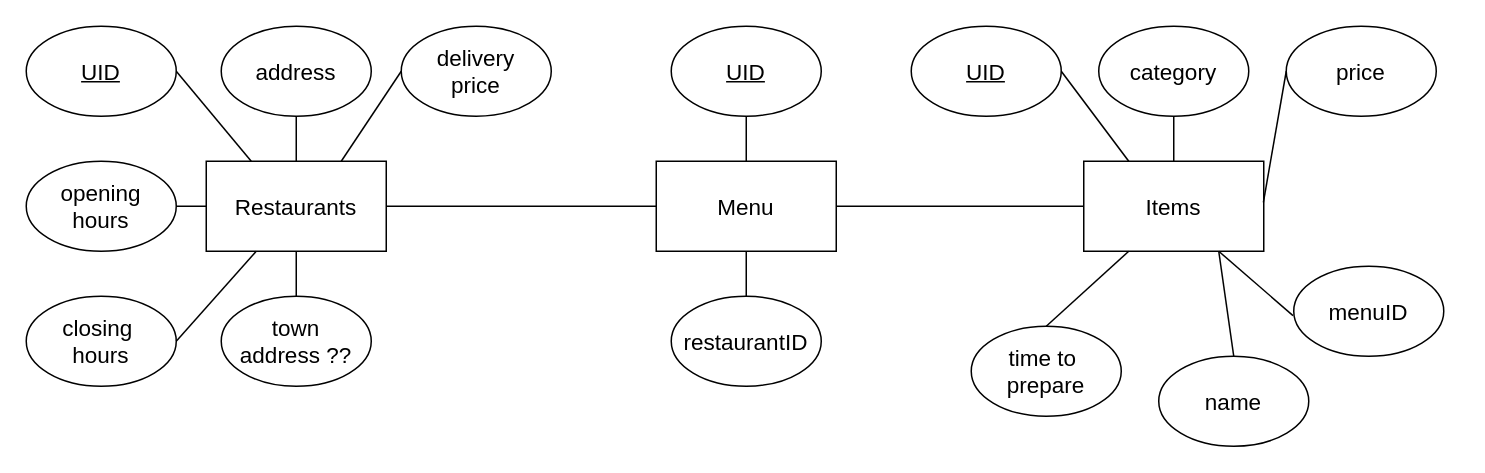
This is page "Model (Restaurant mangement)" (7 of 7) of docs/model+ui+endpoints.drawio from Uber-Summer-Practice-Sofia-2022/uber-summer-practice-docs-faq, a draw.io file, before an edit. Source tidied: cells renumbered, new cells numbered last; positions are measured from the earlier drawing's top-left corner, leaving out a move shared by most shapes. Both pictures are drawn from the tidied source at 150%, with x=0, y=0 at pixel (26, 26).
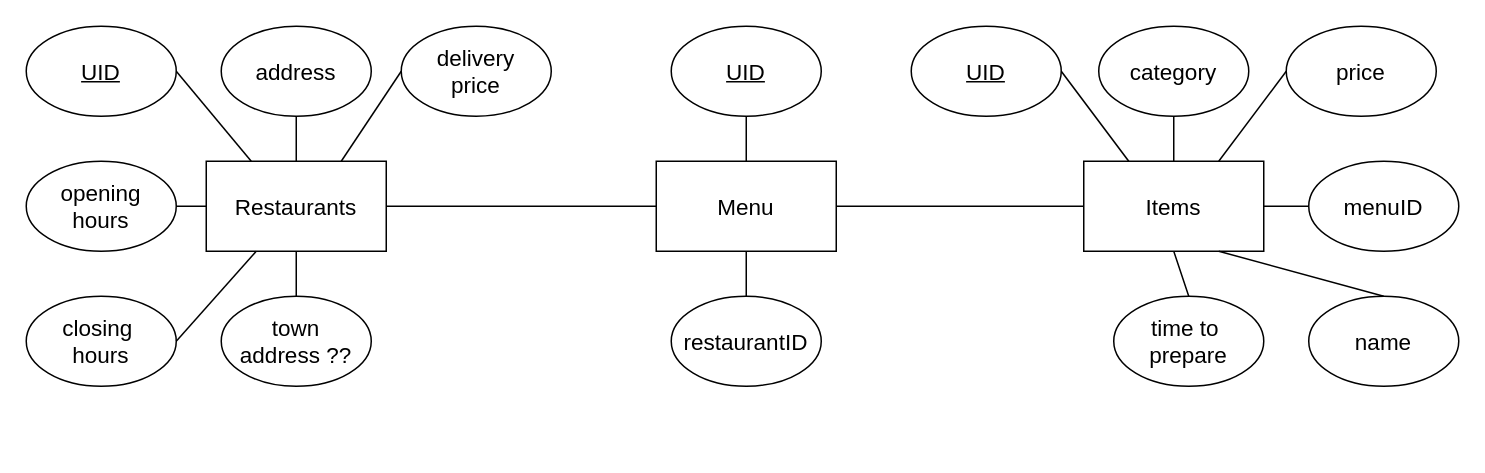
Above is the later version.

Unchanged cells that the change refers to:
```xml
<mxCell id="20" value="Items" style="rounded=0;whiteSpace=wrap;html=1;fontSize=15;" parent="1" vertex="1">
  <mxGeometry x="705" y="90" width="120" height="60" as="geometry" />
</mxCell>
<mxCell id="23" value="price" style="ellipse;whiteSpace=wrap;html=1;fontSize=15;" parent="1" vertex="1">
  <mxGeometry x="840" width="100" height="60" as="geometry" />
</mxCell>
```

Change to the diagram source:
```diff
@@
     <mxCell id="21" value="name" style="ellipse;whiteSpace=wrap;html=1;fontSize=15;" parent="1" vertex="1">
-      <mxGeometry x="755" y="220" width="100" height="60" as="geometry" />
+      <mxGeometry x="855" y="180" width="100" height="60" as="geometry" />
     </mxCell>
@@
     <mxCell id="24" value="menuID" style="ellipse;whiteSpace=wrap;html=1;fontSize=15;" parent="1" vertex="1">
-      <mxGeometry x="845" y="160" width="100" height="60" as="geometry" />
+      <mxGeometry x="855" y="90" width="100" height="60" as="geometry" />
     </mxCell>
@@
     <mxCell id="26" value="time to&amp;nbsp;&lt;br&gt;prepare" style="ellipse;whiteSpace=wrap;html=1;fontSize=15;" parent="1" vertex="1">
-      <mxGeometry x="630" y="200" width="100" height="60" as="geometry" />
+      <mxGeometry x="725" y="180" width="100" height="60" as="geometry" />
     </mxCell>
@@
-    <mxCell id="31" style="endArrow=none;html=1;rounded=0;fontSize=15;entryX=0;entryY=0.5;entryDx=0;entryDy=0;exitX=0.998;exitY=0.457;exitDx=0;exitDy=0;exitPerimeter=0;" parent="1" edge="1" source="20" target="23">
+    <mxCell id="31" style="endArrow=none;html=1;rounded=0;fontSize=15;entryX=0;entryY=0.5;entryDx=0;entryDy=0;exitX=0.75;exitY=0;exitDx=0;exitDy=0;" parent="1" edge="1" source="20" target="23">
       <mxGeometry relative="1" as="geometry" />
     </mxCell>
-    <mxCell id="32" style="endArrow=none;html=1;rounded=0;fontSize=15;entryX=-0.005;entryY=0.548;entryDx=0;entryDy=0;exitX=0.75;exitY=1;exitDx=0;exitDy=0;entryPerimeter=0;" parent="1" edge="1" source="20" target="24">
+    <mxCell id="32" style="endArrow=none;html=1;rounded=0;fontSize=15;entryX=0;entryY=0.5;entryDx=0;entryDy=0;exitX=1;exitY=0.5;exitDx=0;exitDy=0;" parent="1" edge="1" source="20" target="24">
       <mxGeometry relative="1" as="geometry" />
     </mxCell>
@@
-    <mxCell id="34" style="endArrow=none;html=1;rounded=0;fontSize=15;entryX=0.5;entryY=0;entryDx=0;entryDy=0;exitX=0.25;exitY=1;exitDx=0;exitDy=0;" parent="1" edge="1" source="20" target="26">
+    <mxCell id="34" style="endArrow=none;html=1;rounded=0;fontSize=15;entryX=0.5;entryY=0;entryDx=0;entryDy=0;exitX=0.5;exitY=1;exitDx=0;exitDy=0;" parent="1" edge="1" source="20" target="26">
       <mxGeometry relative="1" as="geometry" />
     </mxCell>
```
